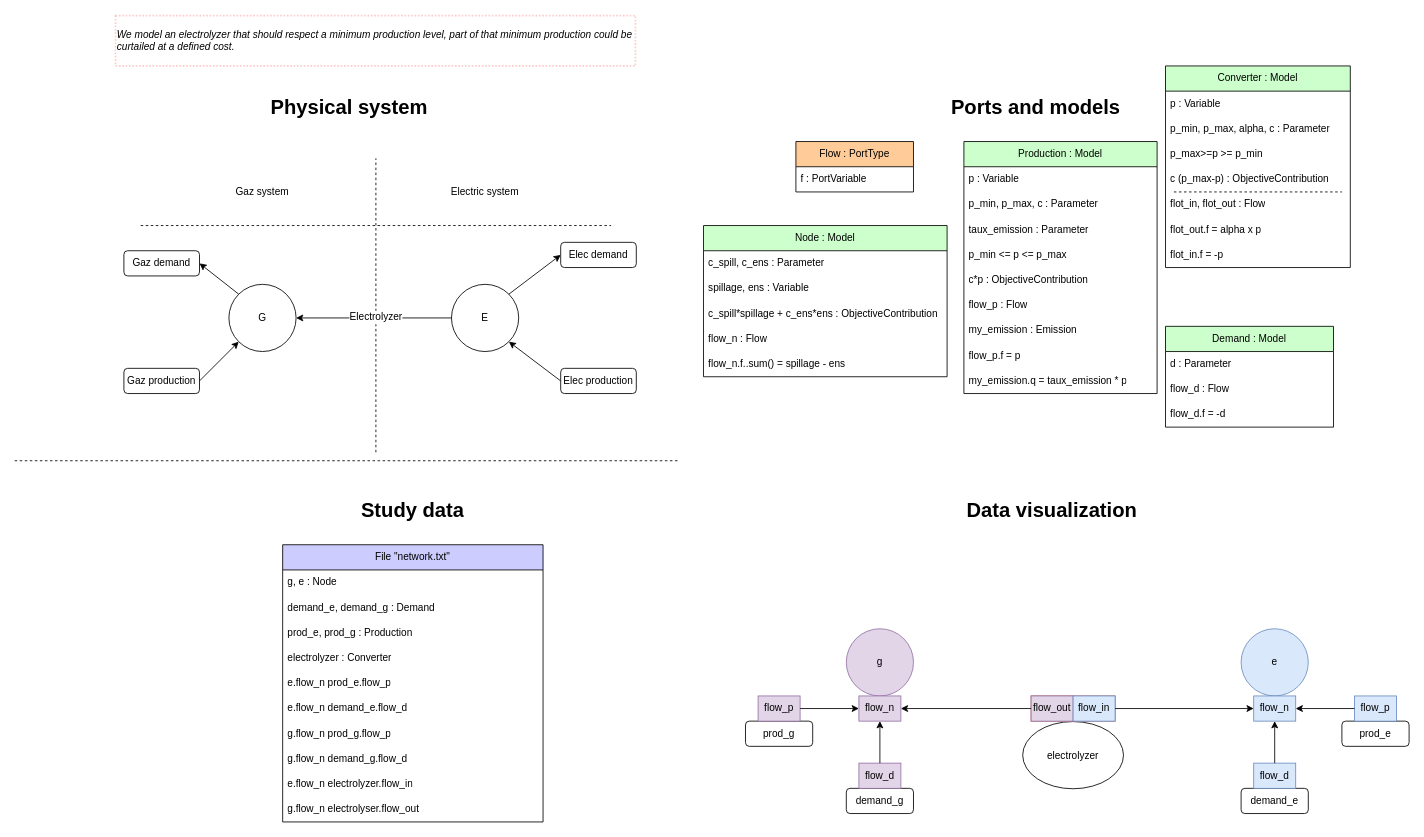
The draw.io diagram models-design/systems/constrained_electrolyzer.drawio in AntaresSimulatorTeam/andromede-modeling-prototype, before the edit. Source tidied: cells renumbered, new cells numbered last; positions are measured from the earlier drawing's top-left corner, leaving out a move shared by most shapes. Both pictures are drawn from the tidied source at 84%, with x=0, y=0 at pixel (14, 15).
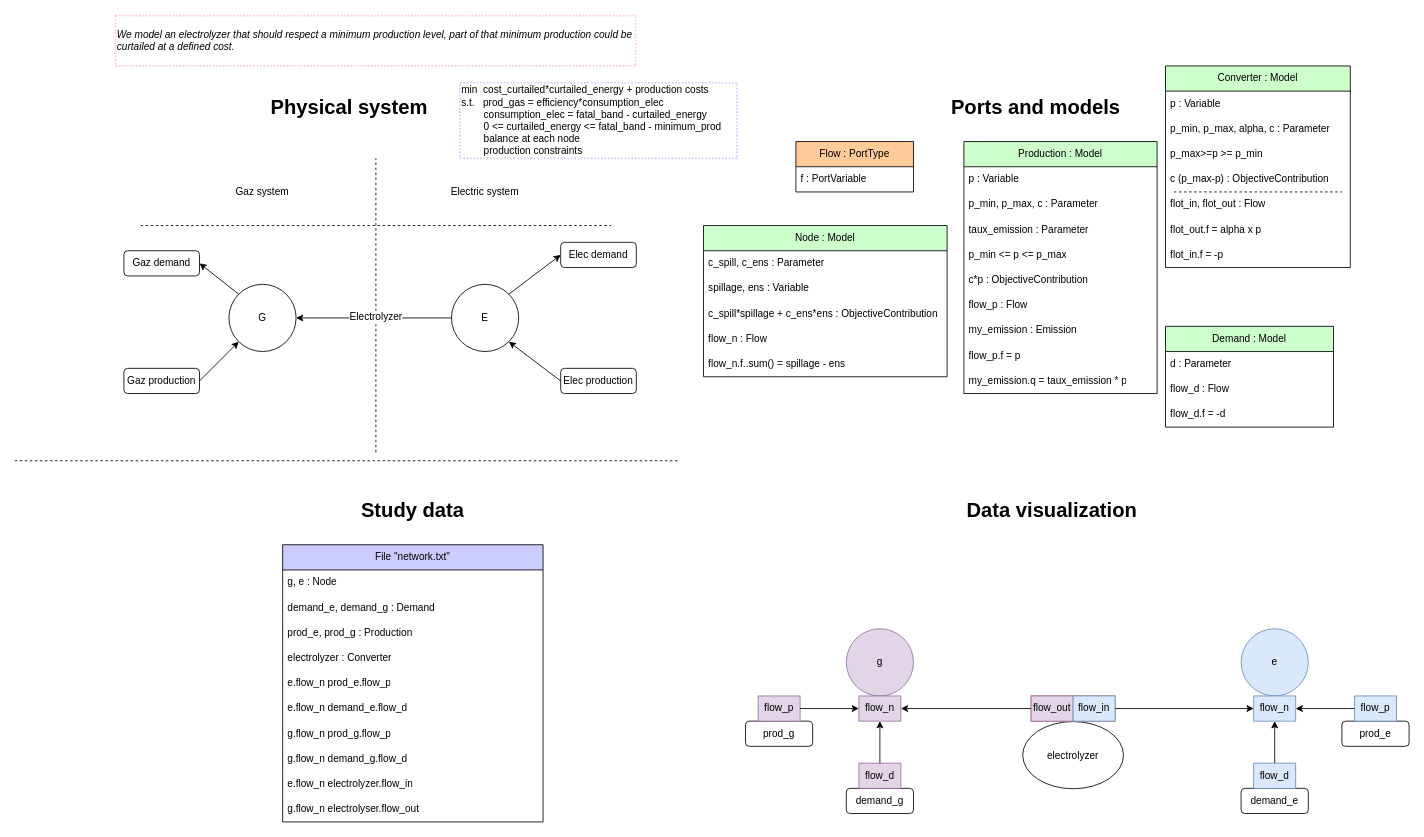
The same page after the edit.

Change to the diagram source:
```diff
@@
+    <mxCell id="99" value="min&amp;nbsp; cost_curtailed*curtailed_energy + production costs&lt;br&gt;s.t.&amp;nbsp; &amp;nbsp;prod_gas = efficiency*consumption_elec&lt;br&gt;&lt;span style=&quot;white-space: pre;&quot;&gt;&#9;&lt;/span&gt;consumption_elec = fatal_band - curtailed_energy&lt;br&gt;&lt;span style=&quot;white-space: pre;&quot;&gt;&#9;&lt;/span&gt;0 &amp;lt;= curtailed_energy &amp;lt;= fatal_band - minimum_prod&lt;br&gt;&lt;span style=&quot;white-space: pre;&quot;&gt;&#9;&lt;/span&gt;balance at each node&lt;br&gt;&lt;span style=&quot;white-space: pre;&quot;&gt;&#9;&lt;/span&gt;production constraints" style="text;html=1;strokeColor=#CCCCFF;fillColor=none;align=left;verticalAlign=middle;whiteSpace=wrap;rounded=0;dashed=1;dashPattern=1 1;strokeWidth=2;" parent="1" vertex="1">
+      <mxGeometry x="530" y="80" width="330" height="90" as="geometry" />
+    </mxCell>
```
